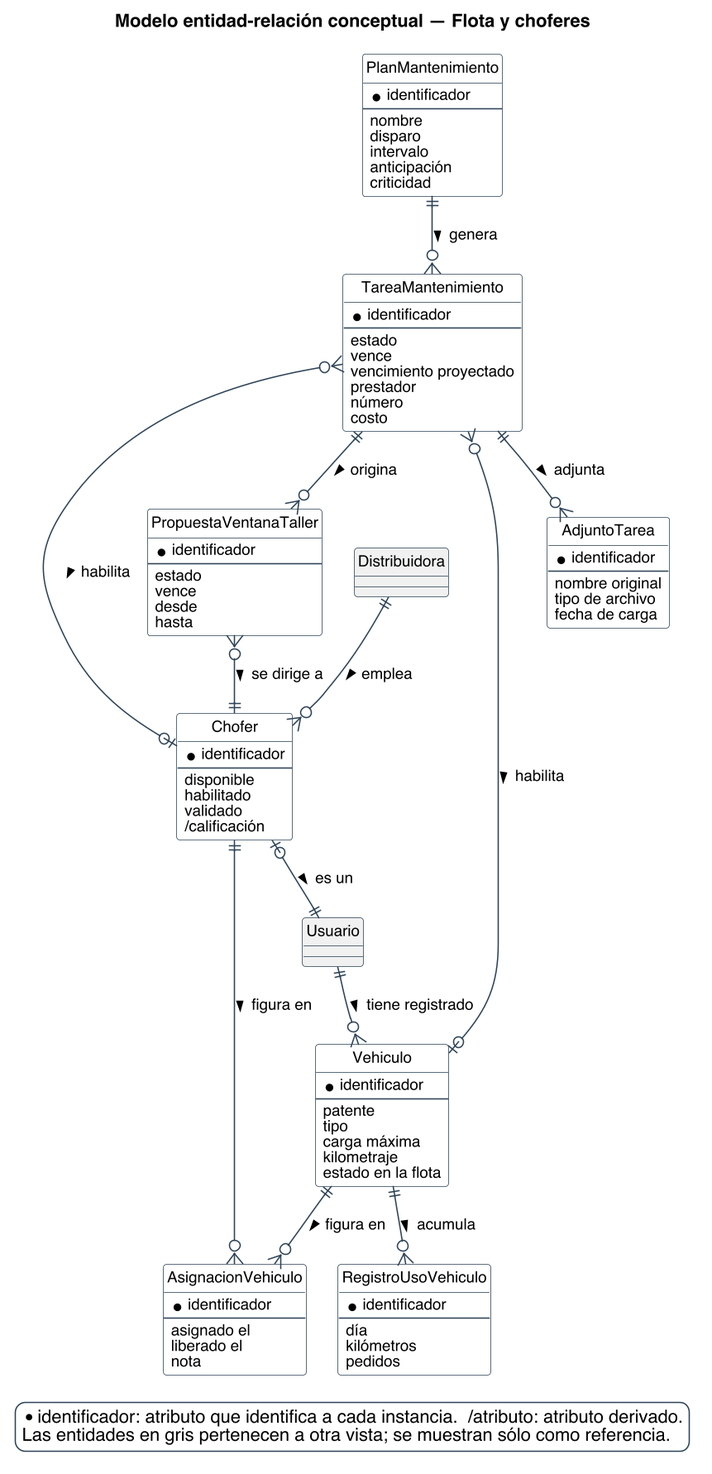
This is diagramas/base-de-datos/conceptual/SPLG-der-04-flota-y-choferes.png from Nahuelito-Dev/splg-docs, a PlantUML export, as it was before one commit.
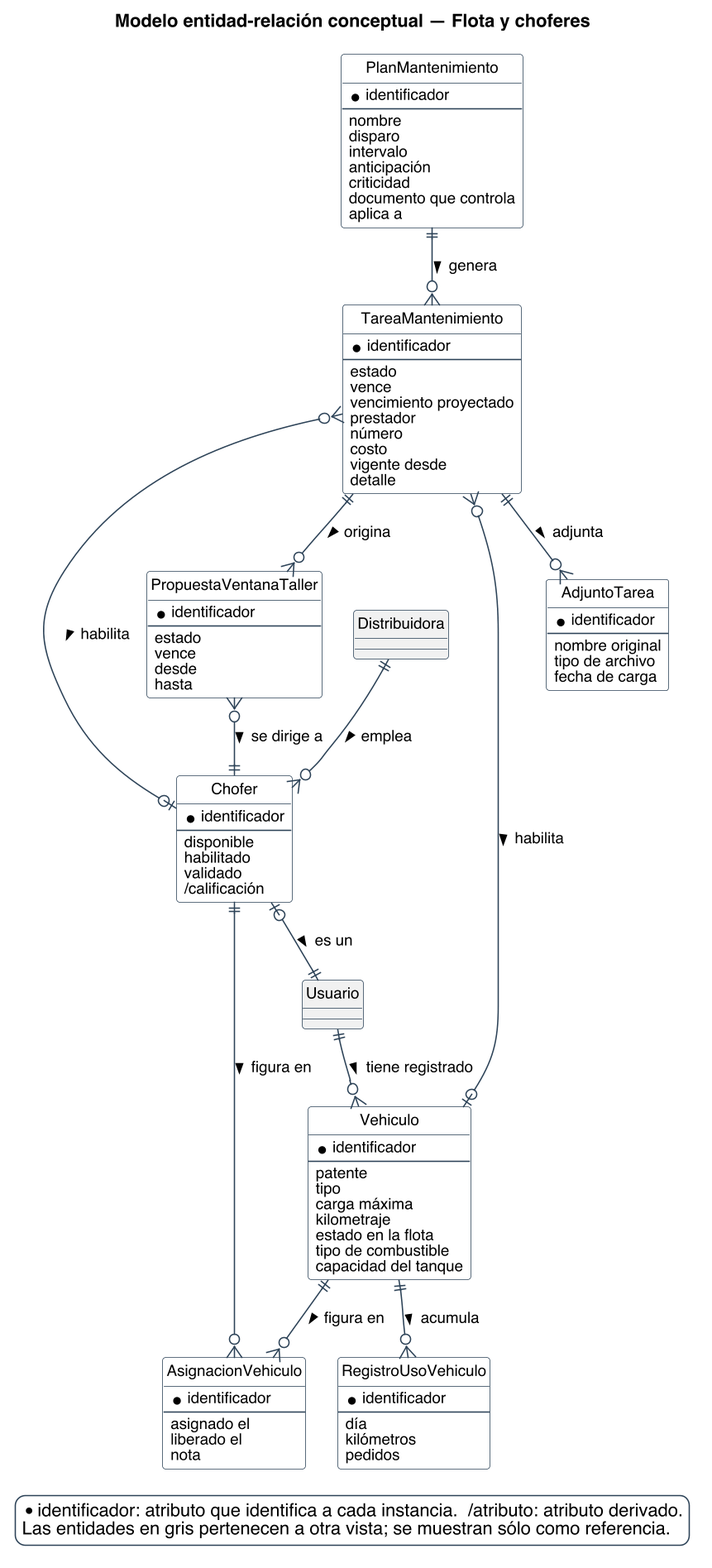
After the change.

The edit, as a diff of the source:
```diff
@@ -17,6 +17,10 @@
   FontColor #55616C
 }
 skinparam class<<propuesto>> {
+  BorderColor #1F5E8C
+  BackgroundColor #E4EDF4
+}
+skinparam entity<<propuesto>> {
   BorderColor #1F5E8C
   BackgroundColor #E4EDF4
 }
@@ -44,6 +48,8 @@
   {field} carga máxima
   {field} kilometraje
   {field} estado en la flota
+  {field} tipo de combustible
+  {field} capacidad del tanque
 }
 entity AsignacionVehiculo {
   * identificador
@@ -60,6 +66,8 @@
   {field} intervalo
   {field} anticipación
   {field} criticidad
+  {field} documento que controla
+  {field} aplica a
 }
 entity TareaMantenimiento {
   * identificador
@@ -70,6 +78,8 @@
   {field} prestador
   {field} número
   {field} costo
+  {field} vigente desde
+  {field} detalle
 }
 entity AdjuntoTarea {
   * identificador
```
